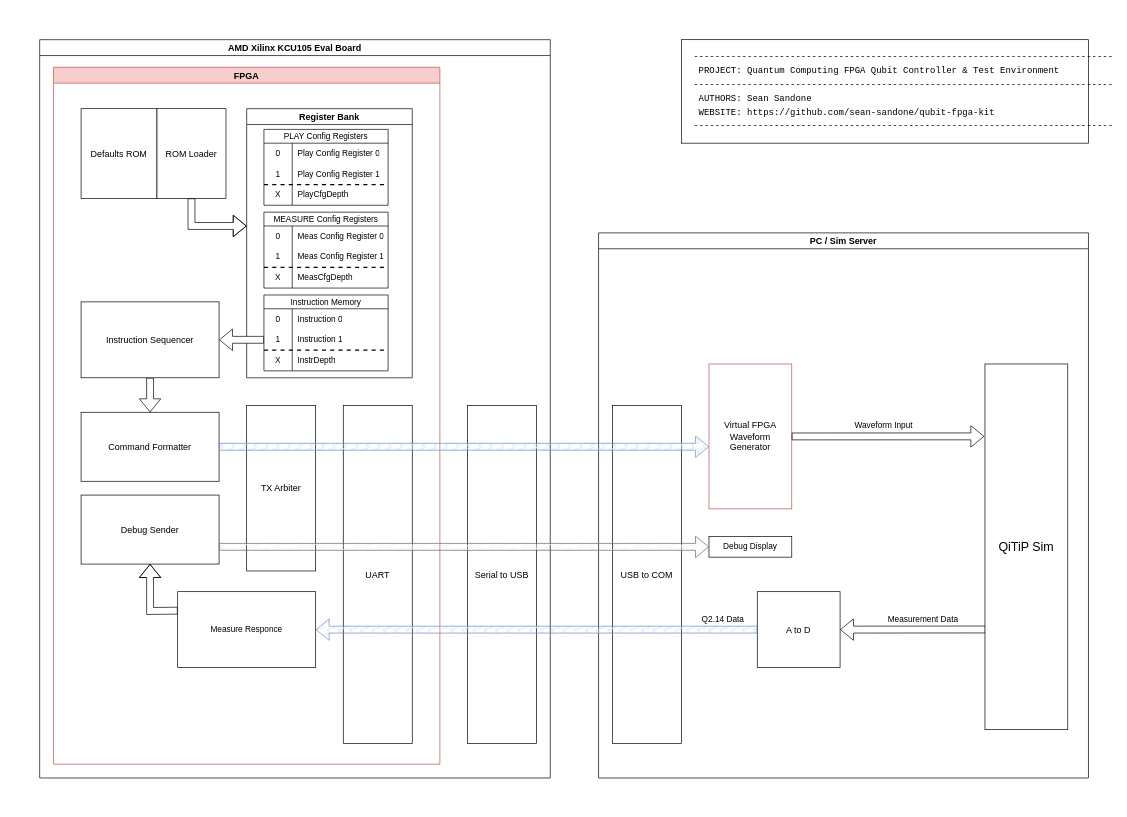
The draw.io diagram docs/diagrams/qu control.drawio in sean-sandone/qubit-fpga-kit, before the edit. Source tidied: cells renumbered, new cells numbered last; positions are measured from the earlier drawing's top-left corner, leaving out a move shared by most shapes. Both pictures are drawn from the tidied source at 69%, with x=0, y=0 at pixel (12, 12).
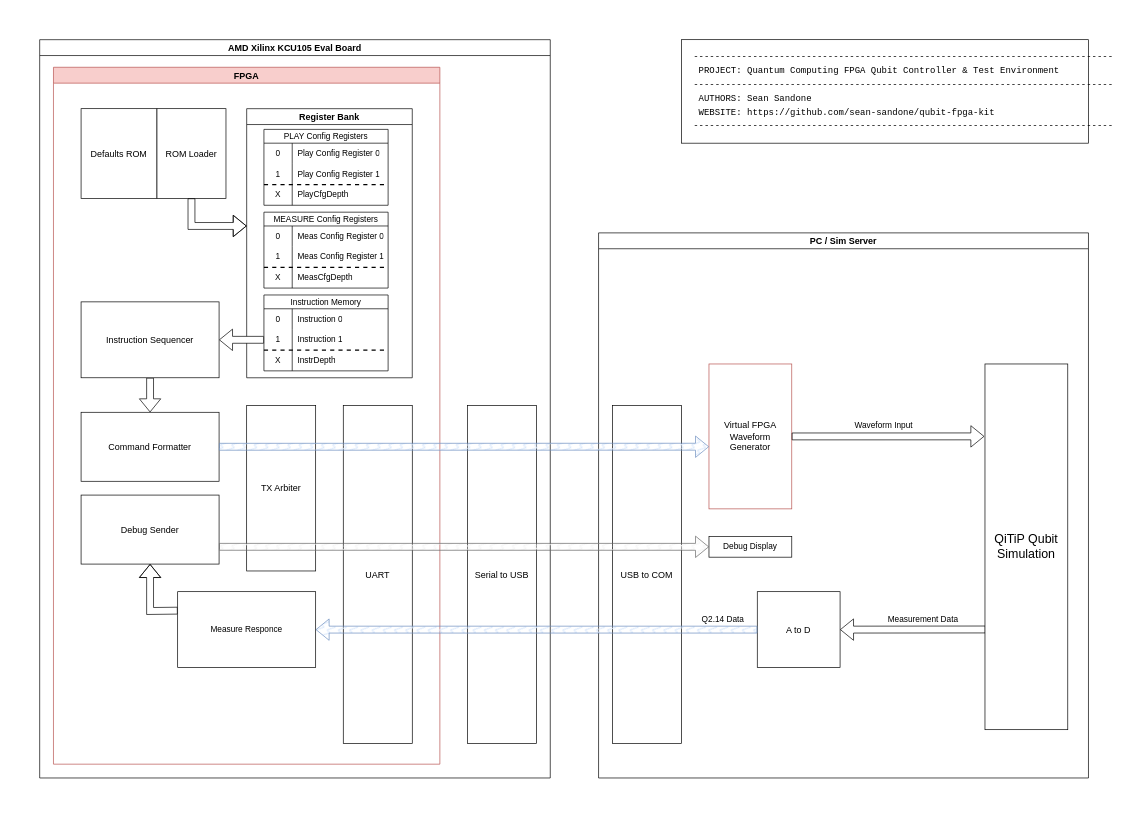
After the change.

Unchanged cells that the change refers to:
```xml
<mxCell id="54" value="&lt;font style=&quot;font-size: 13px;&quot;&gt;PC / Sim Server&lt;/font&gt;" style="swimlane;whiteSpace=wrap;html=1;fillStyle=solid;" parent="1" vertex="1">
  <mxGeometry x="850" y="320" width="710" height="790" as="geometry" />
</mxCell>
```

Diff of the diagram source:
```diff
@@
-    <mxCell id="59" value="&lt;font style=&quot;font-size: 18px;&quot;&gt;QiTiP Sim&lt;/font&gt;" style="rounded=0;whiteSpace=wrap;html=1;" parent="54" vertex="1">
+    <mxCell id="59" value="&lt;font style=&quot;font-size: 18px;&quot;&gt;QiTiP Qubit Simulation&lt;/font&gt;" style="rounded=0;whiteSpace=wrap;html=1;" parent="54" vertex="1">
       <mxGeometry x="560" y="190" width="120" height="530" as="geometry" />
     </mxCell>
```
